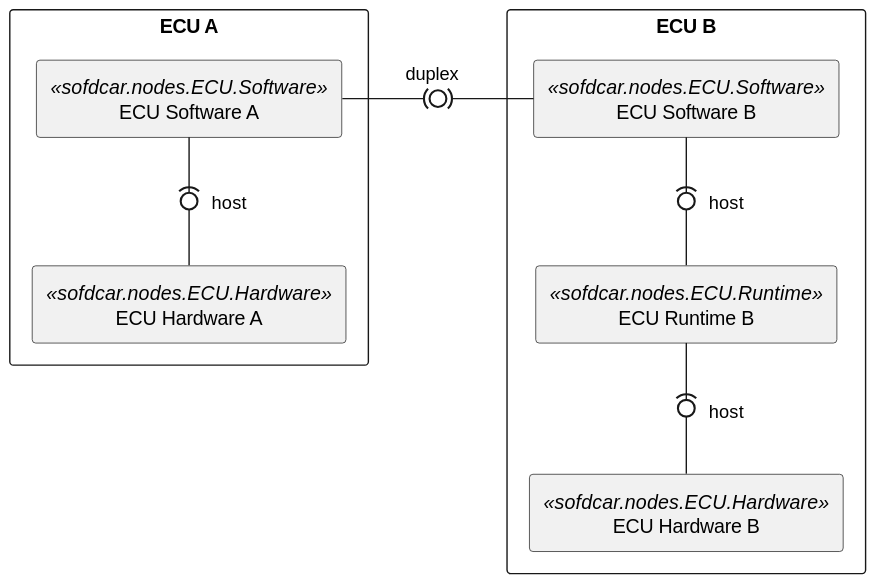
Earlier version of the PlantUML export docs/docs/sofdcar/.archive/ecu.svg (OpenTOSCA/opentosca-vintner). Source of this version:
```plantuml
@startuml
skinparam componentStyle rectangle

rectangle "ECU A" {
    [ECU Software A] <<sofdcar.nodes.ECU.Software>> as ECUSoftwareA
    [ECU Hardware A] <<sofdcar.nodes.ECU.Hardware>>  as ECUHardwareA
    ECUSoftwareA -(0- ECUHardwareA : "  host"
}

rectangle "ECU B" {
    [ECU Software B] <<sofdcar.nodes.ECU.Software>> as ECUSoftwareB
    [ECU Runtime B] <<sofdcar.nodes.ECU.Runtime>> as ECURuntimeB
    [ECU Hardware B] <<sofdcar.nodes.ECU.Hardware>> as ECUHardwareB
    ECUSoftwareB -(0- ECURuntimeB: "  host"
    ECURuntimeB -(0- ECUHardwareB: "  host"
}

ECUSoftwareA -ri(0)- ECUSoftwareB: "     duplex       "

@enduml
```
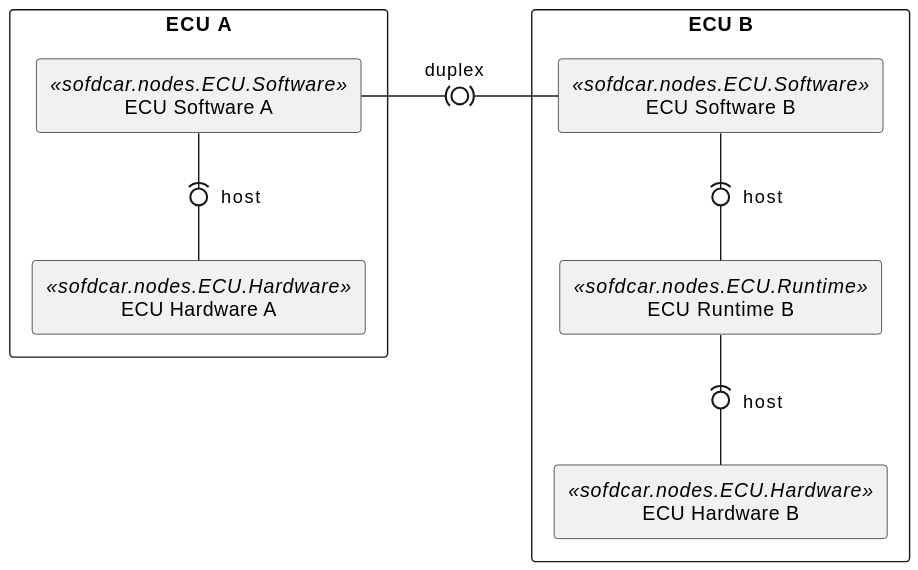
After the change.

What changed in the source:
```diff
@@ -8,9 +8,9 @@
 }
 
 rectangle "ECU B" {
+    [ECU Hardware B] <<sofdcar.nodes.ECU.Hardware>> as ECUHardwareB
     [ECU Software B] <<sofdcar.nodes.ECU.Software>> as ECUSoftwareB
     [ECU Runtime B] <<sofdcar.nodes.ECU.Runtime>> as ECURuntimeB
-    [ECU Hardware B] <<sofdcar.nodes.ECU.Hardware>> as ECUHardwareB
     ECUSoftwareB -(0- ECURuntimeB: "  host"
     ECURuntimeB -(0- ECUHardwareB: "  host"
 }
```
